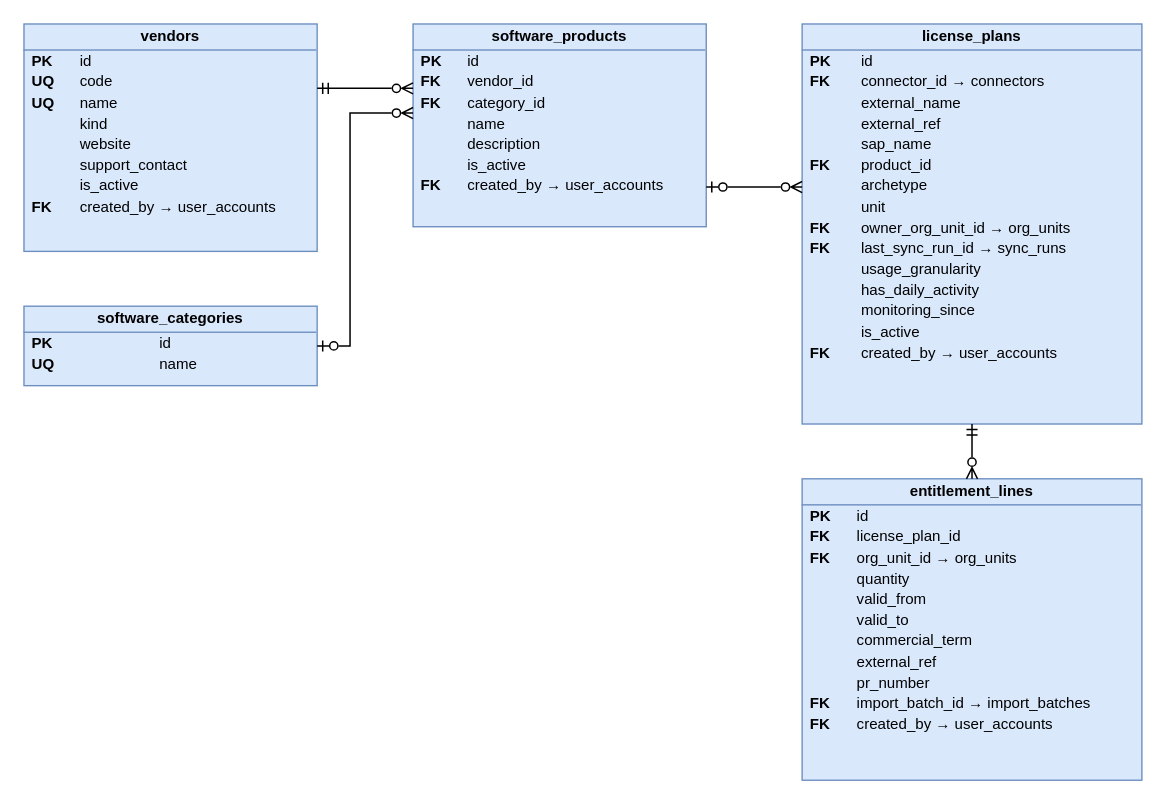
Earlier version of the draw.io diagram docs/database/diagrams/erd_license_catalog.drawio (cuonglpv/VFast). Source tidied: cells renumbered, new cells numbered last; positions are measured from the earlier drawing's top-left corner, leaving out a move shared by most shapes. Both pictures are drawn from the tidied source at 137%, with x=0, y=0 at pixel (23, 23).
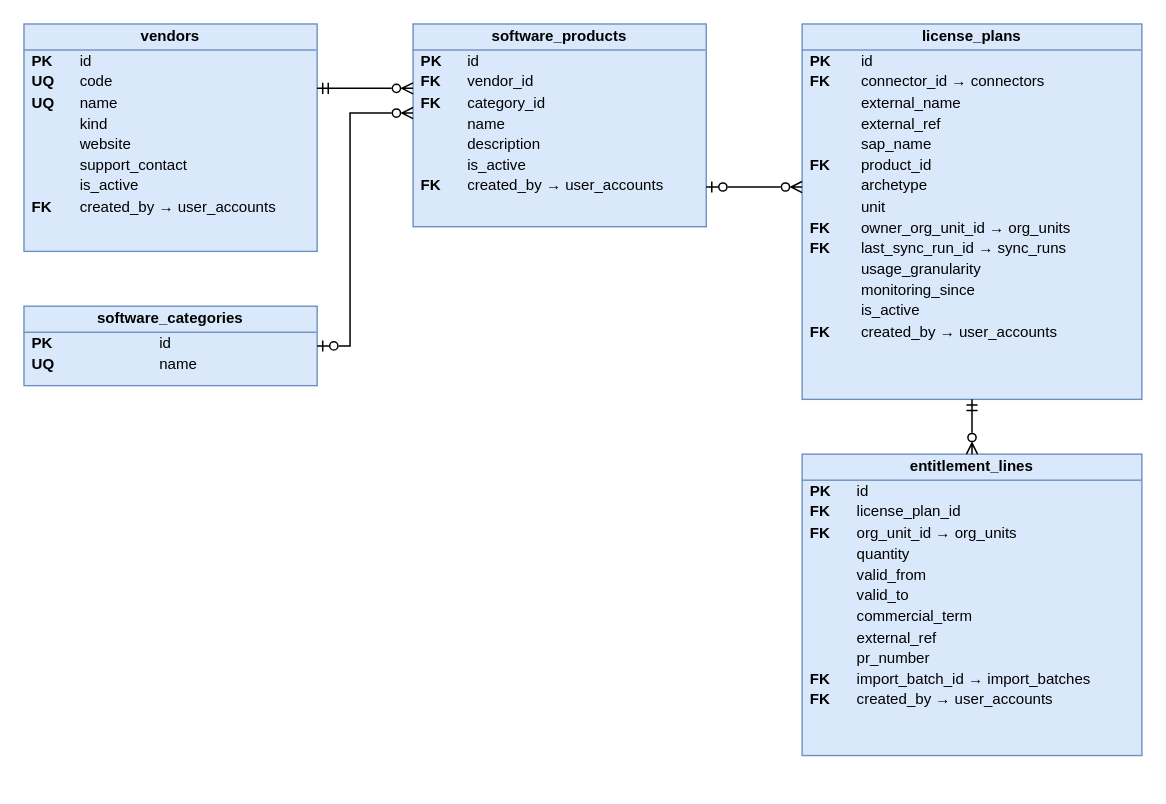
The same diagram, later.

Diff of the diagram source:
```diff
@@
 <mxGraphModel>
   <root>
     <mxCell id="0" />
     <mxCell id="1" parent="0" />
     <mxCell id="2" value="&lt;div style=&quot;font-weight:bold;text-align:center;padding:3px 0;border-bottom:1px solid #6C8EBF;&quot;&gt;vendors&lt;/div&gt;&lt;table style=&quot;width:100%;font-size:11px;border-collapse:collapse;&quot;&gt;&lt;tr&gt;&lt;td style=&quot;padding:1px 8px 1px 6px;&quot;&gt;&lt;b&gt;PK&lt;/b&gt;&lt;/td&gt;&lt;td style=&quot;padding:1px 6px;&quot;&gt;id&lt;/td&gt;&lt;/tr&gt;&lt;tr&gt;&lt;td style=&quot;padding:1px 8px 1px 6px;&quot;&gt;&lt;b&gt;UQ&lt;/b&gt;&lt;/td&gt;&lt;td style=&quot;padding:1px 6px;&quot;&gt;code&lt;/td&gt;&lt;/tr&gt;&lt;tr&gt;&lt;td style=&quot;padding:1px 8px 1px 6px;&quot;&gt;&lt;b&gt;UQ&lt;/b&gt;&lt;/td&gt;&lt;td style=&quot;padding:1px 6px;&quot;&gt;name&lt;/td&gt;&lt;/tr&gt;&lt;tr&gt;&lt;td style=&quot;padding:1px 8px 1px 6px;&quot;&gt;&lt;b&gt;&lt;/b&gt;&lt;/td&gt;&lt;td style=&quot;padding:1px 6px;&quot;&gt;kind&lt;/td&gt;&lt;/tr&gt;&lt;tr&gt;&lt;td style=&quot;padding:1px 8px 1px 6px;&quot;&gt;&lt;b&gt;&lt;/b&gt;&lt;/td&gt;&lt;td style=&quot;padding:1px 6px;&quot;&gt;website&lt;/td&gt;&lt;/tr&gt;&lt;tr&gt;&lt;td style=&quot;padding:1px 8px 1px 6px;&quot;&gt;&lt;b&gt;&lt;/b&gt;&lt;/td&gt;&lt;td style=&quot;padding:1px 6px;&quot;&gt;support_contact&lt;/td&gt;&lt;/tr&gt;&lt;tr&gt;&lt;td style=&quot;padding:1px 8px 1px 6px;&quot;&gt;&lt;b&gt;&lt;/b&gt;&lt;/td&gt;&lt;td style=&quot;padding:1px 6px;&quot;&gt;is_active&lt;/td&gt;&lt;/tr&gt;&lt;tr&gt;&lt;td style=&quot;padding:1px 8px 1px 6px;&quot;&gt;&lt;b&gt;FK&lt;/b&gt;&lt;/td&gt;&lt;td style=&quot;padding:1px 6px;&quot;&gt;created_by → user_accounts&lt;/td&gt;&lt;/tr&gt;&lt;/table&gt;" style="rounded=0;whiteSpace=wrap;html=1;verticalAlign=top;align=left;spacing=0;overflow=fill;fillColor=#DAE8FC;strokeColor=#6C8EBF;fontSize=11;" parent="1" vertex="1">
       <mxGeometry width="214" height="166" as="geometry" />
     </mxCell>
     <mxCell id="3" value="&lt;div style=&quot;font-weight:bold;text-align:center;padding:3px 0;border-bottom:1px solid #6C8EBF;&quot;&gt;software_categories&lt;/div&gt;&lt;table style=&quot;width:100%;font-size:11px;border-collapse:collapse;&quot;&gt;&lt;tr&gt;&lt;td style=&quot;padding:1px 8px 1px 6px;&quot;&gt;&lt;b&gt;PK&lt;/b&gt;&lt;/td&gt;&lt;td style=&quot;padding:1px 6px;&quot;&gt;id&lt;/td&gt;&lt;/tr&gt;&lt;tr&gt;&lt;td style=&quot;padding:1px 8px 1px 6px;&quot;&gt;&lt;b&gt;UQ&lt;/b&gt;&lt;/td&gt;&lt;td style=&quot;padding:1px 6px;&quot;&gt;name&lt;/td&gt;&lt;/tr&gt;&lt;/table&gt;" style="rounded=0;whiteSpace=wrap;html=1;verticalAlign=top;align=left;spacing=0;overflow=fill;fillColor=#DAE8FC;strokeColor=#6C8EBF;fontSize=11;" parent="1" vertex="1">
       <mxGeometry y="206" width="214" height="58" as="geometry" />
     </mxCell>
     <mxCell id="4" value="&lt;div style=&quot;font-weight:bold;text-align:center;padding:3px 0;border-bottom:1px solid #6C8EBF;&quot;&gt;software_products&lt;/div&gt;&lt;table style=&quot;width:100%;font-size:11px;border-collapse:collapse;&quot;&gt;&lt;tr&gt;&lt;td style=&quot;padding:1px 8px 1px 6px;&quot;&gt;&lt;b&gt;PK&lt;/b&gt;&lt;/td&gt;&lt;td style=&quot;padding:1px 6px;&quot;&gt;id&lt;/td&gt;&lt;/tr&gt;&lt;tr&gt;&lt;td style=&quot;padding:1px 8px 1px 6px;&quot;&gt;&lt;b&gt;FK&lt;/b&gt;&lt;/td&gt;&lt;td style=&quot;padding:1px 6px;&quot;&gt;vendor_id&lt;/td&gt;&lt;/tr&gt;&lt;tr&gt;&lt;td style=&quot;padding:1px 8px 1px 6px;&quot;&gt;&lt;b&gt;FK&lt;/b&gt;&lt;/td&gt;&lt;td style=&quot;padding:1px 6px;&quot;&gt;category_id&lt;/td&gt;&lt;/tr&gt;&lt;tr&gt;&lt;td style=&quot;padding:1px 8px 1px 6px;&quot;&gt;&lt;b&gt;&lt;/b&gt;&lt;/td&gt;&lt;td style=&quot;padding:1px 6px;&quot;&gt;name&lt;/td&gt;&lt;/tr&gt;&lt;tr&gt;&lt;td style=&quot;padding:1px 8px 1px 6px;&quot;&gt;&lt;b&gt;&lt;/b&gt;&lt;/td&gt;&lt;td style=&quot;padding:1px 6px;&quot;&gt;description&lt;/td&gt;&lt;/tr&gt;&lt;tr&gt;&lt;td style=&quot;padding:1px 8px 1px 6px;&quot;&gt;&lt;b&gt;&lt;/b&gt;&lt;/td&gt;&lt;td style=&quot;padding:1px 6px;&quot;&gt;is_active&lt;/td&gt;&lt;/tr&gt;&lt;tr&gt;&lt;td style=&quot;padding:1px 8px 1px 6px;&quot;&gt;&lt;b&gt;FK&lt;/b&gt;&lt;/td&gt;&lt;td style=&quot;padding:1px 6px;&quot;&gt;created_by → user_accounts&lt;/td&gt;&lt;/tr&gt;&lt;/table&gt;" style="rounded=0;whiteSpace=wrap;html=1;verticalAlign=top;align=left;spacing=0;overflow=fill;fillColor=#DAE8FC;strokeColor=#6C8EBF;fontSize=11;" parent="1" vertex="1">
       <mxGeometry x="284" width="214" height="148" as="geometry" />
     </mxCell>
-    <mxCell id="5" value="&lt;div style=&quot;font-weight:bold;text-align:center;padding:3px 0;border-bottom:1px solid #6C8EBF;&quot;&gt;license_plans&lt;/div&gt;&lt;table style=&quot;width:100%;font-size:11px;border-collapse:collapse;&quot;&gt;&lt;tr&gt;&lt;td style=&quot;padding:1px 8px 1px 6px;&quot;&gt;&lt;b&gt;PK&lt;/b&gt;&lt;/td&gt;&lt;td style=&quot;padding:1px 6px;&quot;&gt;id&lt;/td&gt;&lt;/tr&gt;&lt;tr&gt;&lt;td style=&quot;padding:1px 8px 1px 6px;&quot;&gt;&lt;b&gt;FK&lt;/b&gt;&lt;/td&gt;&lt;td style=&quot;padding:1px 6px;&quot;&gt;connector_id → connectors&lt;/td&gt;&lt;/tr&gt;&lt;tr&gt;&lt;td style=&quot;padding:1px 8px 1px 6px;&quot;&gt;&lt;b&gt;&lt;/b&gt;&lt;/td&gt;&lt;td style=&quot;padding:1px 6px;&quot;&gt;external_name&lt;/td&gt;&lt;/tr&gt;&lt;tr&gt;&lt;td style=&quot;padding:1px 8px 1px 6px;&quot;&gt;&lt;b&gt;&lt;/b&gt;&lt;/td&gt;&lt;td style=&quot;padding:1px 6px;&quot;&gt;external_ref&lt;/td&gt;&lt;/tr&gt;&lt;tr&gt;&lt;td style=&quot;padding:1px 8px 1px 6px;&quot;&gt;&lt;b&gt;&lt;/b&gt;&lt;/td&gt;&lt;td style=&quot;padding:1px 6px;&quot;&gt;sap_name&lt;/td&gt;&lt;/tr&gt;&lt;tr&gt;&lt;td style=&quot;padding:1px 8px 1px 6px;&quot;&gt;&lt;b&gt;FK&lt;/b&gt;&lt;/td&gt;&lt;td style=&quot;padding:1px 6px;&quot;&gt;product_id&lt;/td&gt;&lt;/tr&gt;&lt;tr&gt;&lt;td style=&quot;padding:1px 8px 1px 6px;&quot;&gt;&lt;b&gt;&lt;/b&gt;&lt;/td&gt;&lt;td style=&quot;padding:1px 6px;&quot;&gt;archetype&lt;/td&gt;&lt;/tr&gt;&lt;tr&gt;&lt;td style=&quot;padding:1px 8px 1px 6px;&quot;&gt;&lt;b&gt;&lt;/b&gt;&lt;/td&gt;&lt;td style=&quot;padding:1px 6px;&quot;&gt;unit&lt;/td&gt;&lt;/tr&gt;&lt;tr&gt;&lt;td style=&quot;padding:1px 8px 1px 6px;&quot;&gt;&lt;b&gt;FK&lt;/b&gt;&lt;/td&gt;&lt;td style=&quot;padding:1px 6px;&quot;&gt;owner_org_unit_id → org_units&lt;/td&gt;&lt;/tr&gt;&lt;tr&gt;&lt;td style=&quot;padding:1px 8px 1px 6px;&quot;&gt;&lt;b&gt;FK&lt;/b&gt;&lt;/td&gt;&lt;td style=&quot;padding:1px 6px;&quot;&gt;last_sync_run_id → sync_runs&lt;/td&gt;&lt;/tr&gt;&lt;tr&gt;&lt;td style=&quot;padding:1px 8px 1px 6px;&quot;&gt;&lt;b&gt;&lt;/b&gt;&lt;/td&gt;&lt;td style=&quot;padding:1px 6px;&quot;&gt;usage_granularity&lt;/td&gt;&lt;/tr&gt;&lt;tr&gt;&lt;td style=&quot;padding:1px 8px 1px 6px;&quot;&gt;&lt;b&gt;&lt;/b&gt;&lt;/td&gt;&lt;td style=&quot;padding:1px 6px;&quot;&gt;has_daily_activity&lt;/td&gt;&lt;/tr&gt;&lt;tr&gt;&lt;td style=&quot;padding:1px 8px 1px 6px;&quot;&gt;&lt;b&gt;&lt;/b&gt;&lt;/td&gt;&lt;td style=&quot;padding:1px 6px;&quot;&gt;monitoring_since&lt;/td&gt;&lt;/tr&gt;&lt;tr&gt;&lt;td style=&quot;padding:1px 8px 1px 6px;&quot;&gt;&lt;b&gt;&lt;/b&gt;&lt;/td&gt;&lt;td style=&quot;padding:1px 6px;&quot;&gt;is_active&lt;/td&gt;&lt;/tr&gt;&lt;tr&gt;&lt;td style=&quot;padding:1px 8px 1px 6px;&quot;&gt;&lt;b&gt;FK&lt;/b&gt;&lt;/td&gt;&lt;td style=&quot;padding:1px 6px;&quot;&gt;created_by → user_accounts&lt;/td&gt;&lt;/tr&gt;&lt;/table&gt;" style="rounded=0;whiteSpace=wrap;html=1;verticalAlign=top;align=left;spacing=0;overflow=fill;fillColor=#DAE8FC;strokeColor=#6C8EBF;fontSize=11;" parent="1" vertex="1">
-      <mxGeometry x="568" width="248" height="292" as="geometry" />
+    <mxCell id="5" value="&lt;div style=&quot;font-weight:bold;text-align:center;padding:3px 0;border-bottom:1px solid #6C8EBF;&quot;&gt;license_plans&lt;/div&gt;&lt;table style=&quot;width:100%;font-size:11px;border-collapse:collapse;&quot;&gt;&lt;tr&gt;&lt;td style=&quot;padding:1px 8px 1px 6px;&quot;&gt;&lt;b&gt;PK&lt;/b&gt;&lt;/td&gt;&lt;td style=&quot;padding:1px 6px;&quot;&gt;id&lt;/td&gt;&lt;/tr&gt;&lt;tr&gt;&lt;td style=&quot;padding:1px 8px 1px 6px;&quot;&gt;&lt;b&gt;FK&lt;/b&gt;&lt;/td&gt;&lt;td style=&quot;padding:1px 6px;&quot;&gt;connector_id → connectors&lt;/td&gt;&lt;/tr&gt;&lt;tr&gt;&lt;td style=&quot;padding:1px 8px 1px 6px;&quot;&gt;&lt;b&gt;&lt;/b&gt;&lt;/td&gt;&lt;td style=&quot;padding:1px 6px;&quot;&gt;external_name&lt;/td&gt;&lt;/tr&gt;&lt;tr&gt;&lt;td style=&quot;padding:1px 8px 1px 6px;&quot;&gt;&lt;b&gt;&lt;/b&gt;&lt;/td&gt;&lt;td style=&quot;padding:1px 6px;&quot;&gt;external_ref&lt;/td&gt;&lt;/tr&gt;&lt;tr&gt;&lt;td style=&quot;padding:1px 8px 1px 6px;&quot;&gt;&lt;b&gt;&lt;/b&gt;&lt;/td&gt;&lt;td style=&quot;padding:1px 6px;&quot;&gt;sap_name&lt;/td&gt;&lt;/tr&gt;&lt;tr&gt;&lt;td style=&quot;padding:1px 8px 1px 6px;&quot;&gt;&lt;b&gt;FK&lt;/b&gt;&lt;/td&gt;&lt;td style=&quot;padding:1px 6px;&quot;&gt;product_id&lt;/td&gt;&lt;/tr&gt;&lt;tr&gt;&lt;td style=&quot;padding:1px 8px 1px 6px;&quot;&gt;&lt;b&gt;&lt;/b&gt;&lt;/td&gt;&lt;td style=&quot;padding:1px 6px;&quot;&gt;archetype&lt;/td&gt;&lt;/tr&gt;&lt;tr&gt;&lt;td style=&quot;padding:1px 8px 1px 6px;&quot;&gt;&lt;b&gt;&lt;/b&gt;&lt;/td&gt;&lt;td style=&quot;padding:1px 6px;&quot;&gt;unit&lt;/td&gt;&lt;/tr&gt;&lt;tr&gt;&lt;td style=&quot;padding:1px 8px 1px 6px;&quot;&gt;&lt;b&gt;FK&lt;/b&gt;&lt;/td&gt;&lt;td style=&quot;padding:1px 6px;&quot;&gt;owner_org_unit_id → org_units&lt;/td&gt;&lt;/tr&gt;&lt;tr&gt;&lt;td style=&quot;padding:1px 8px 1px 6px;&quot;&gt;&lt;b&gt;FK&lt;/b&gt;&lt;/td&gt;&lt;td style=&quot;padding:1px 6px;&quot;&gt;last_sync_run_id → sync_runs&lt;/td&gt;&lt;/tr&gt;&lt;tr&gt;&lt;td style=&quot;padding:1px 8px 1px 6px;&quot;&gt;&lt;b&gt;&lt;/b&gt;&lt;/td&gt;&lt;td style=&quot;padding:1px 6px;&quot;&gt;usage_granularity&lt;/td&gt;&lt;/tr&gt;&lt;tr&gt;&lt;td style=&quot;padding:1px 8px 1px 6px;&quot;&gt;&lt;b&gt;&lt;/b&gt;&lt;/td&gt;&lt;td style=&quot;padding:1px 6px;&quot;&gt;monitoring_since&lt;/td&gt;&lt;/tr&gt;&lt;tr&gt;&lt;td style=&quot;padding:1px 8px 1px 6px;&quot;&gt;&lt;b&gt;&lt;/b&gt;&lt;/td&gt;&lt;td style=&quot;padding:1px 6px;&quot;&gt;is_active&lt;/td&gt;&lt;/tr&gt;&lt;tr&gt;&lt;td style=&quot;padding:1px 8px 1px 6px;&quot;&gt;&lt;b&gt;FK&lt;/b&gt;&lt;/td&gt;&lt;td style=&quot;padding:1px 6px;&quot;&gt;created_by → user_accounts&lt;/td&gt;&lt;/tr&gt;&lt;/table&gt;" style="rounded=0;whiteSpace=wrap;html=1;verticalAlign=top;align=left;spacing=0;overflow=fill;fillColor=#DAE8FC;strokeColor=#6C8EBF;fontSize=11;" parent="1" vertex="1">
+      <mxGeometry x="568" width="248" height="274" as="geometry" />
     </mxCell>
     <mxCell id="6" value="&lt;div style=&quot;font-weight:bold;text-align:center;padding:3px 0;border-bottom:1px solid #6C8EBF;&quot;&gt;entitlement_lines&lt;/div&gt;&lt;table style=&quot;width:100%;font-size:11px;border-collapse:collapse;&quot;&gt;&lt;tr&gt;&lt;td style=&quot;padding:1px 8px 1px 6px;&quot;&gt;&lt;b&gt;PK&lt;/b&gt;&lt;/td&gt;&lt;td style=&quot;padding:1px 6px;&quot;&gt;id&lt;/td&gt;&lt;/tr&gt;&lt;tr&gt;&lt;td style=&quot;padding:1px 8px 1px 6px;&quot;&gt;&lt;b&gt;FK&lt;/b&gt;&lt;/td&gt;&lt;td style=&quot;padding:1px 6px;&quot;&gt;license_plan_id&lt;/td&gt;&lt;/tr&gt;&lt;tr&gt;&lt;td style=&quot;padding:1px 8px 1px 6px;&quot;&gt;&lt;b&gt;FK&lt;/b&gt;&lt;/td&gt;&lt;td style=&quot;padding:1px 6px;&quot;&gt;org_unit_id → org_units&lt;/td&gt;&lt;/tr&gt;&lt;tr&gt;&lt;td style=&quot;padding:1px 8px 1px 6px;&quot;&gt;&lt;b&gt;&lt;/b&gt;&lt;/td&gt;&lt;td style=&quot;padding:1px 6px;&quot;&gt;quantity&lt;/td&gt;&lt;/tr&gt;&lt;tr&gt;&lt;td style=&quot;padding:1px 8px 1px 6px;&quot;&gt;&lt;b&gt;&lt;/b&gt;&lt;/td&gt;&lt;td style=&quot;padding:1px 6px;&quot;&gt;valid_from&lt;/td&gt;&lt;/tr&gt;&lt;tr&gt;&lt;td style=&quot;padding:1px 8px 1px 6px;&quot;&gt;&lt;b&gt;&lt;/b&gt;&lt;/td&gt;&lt;td style=&quot;padding:1px 6px;&quot;&gt;valid_to&lt;/td&gt;&lt;/tr&gt;&lt;tr&gt;&lt;td style=&quot;padding:1px 8px 1px 6px;&quot;&gt;&lt;b&gt;&lt;/b&gt;&lt;/td&gt;&lt;td style=&quot;padding:1px 6px;&quot;&gt;commercial_term&lt;/td&gt;&lt;/tr&gt;&lt;tr&gt;&lt;td style=&quot;padding:1px 8px 1px 6px;&quot;&gt;&lt;b&gt;&lt;/b&gt;&lt;/td&gt;&lt;td style=&quot;padding:1px 6px;&quot;&gt;external_ref&lt;/td&gt;&lt;/tr&gt;&lt;tr&gt;&lt;td style=&quot;padding:1px 8px 1px 6px;&quot;&gt;&lt;b&gt;&lt;/b&gt;&lt;/td&gt;&lt;td style=&quot;padding:1px 6px;&quot;&gt;pr_number&lt;/td&gt;&lt;/tr&gt;&lt;tr&gt;&lt;td style=&quot;padding:1px 8px 1px 6px;&quot;&gt;&lt;b&gt;FK&lt;/b&gt;&lt;/td&gt;&lt;td style=&quot;padding:1px 6px;&quot;&gt;import_batch_id → import_batches&lt;/td&gt;&lt;/tr&gt;&lt;tr&gt;&lt;td style=&quot;padding:1px 8px 1px 6px;&quot;&gt;&lt;b&gt;FK&lt;/b&gt;&lt;/td&gt;&lt;td style=&quot;padding:1px 6px;&quot;&gt;created_by → user_accounts&lt;/td&gt;&lt;/tr&gt;&lt;/table&gt;" style="rounded=0;whiteSpace=wrap;html=1;verticalAlign=top;align=left;spacing=0;overflow=fill;fillColor=#DAE8FC;strokeColor=#6C8EBF;fontSize=11;" parent="1" vertex="1">
-      <mxGeometry x="568" y="332" width="248" height="220" as="geometry" />
+      <mxGeometry x="568" y="314" width="248" height="220" as="geometry" />
     </mxCell>
     <mxCell id="7" style="html=1;rounded=0;endArrow=ERzeroToMany;endFill=0;startArrow=ERmandOne;startFill=0;strokeColor=#000000;strokeWidth=1.1;" parent="1" edge="1">
       <mxGeometry relative="1" as="geometry">
         <mxPoint x="214" y="47" as="sourcePoint" />
         <mxPoint x="284" y="47" as="targetPoint" />
       </mxGeometry>
     </mxCell>
     <mxCell id="8" style="html=1;rounded=0;endArrow=ERzeroToMany;endFill=0;startArrow=ERzeroToOne;startFill=0;strokeColor=#000000;strokeWidth=1.1;" parent="1" edge="1">
       <mxGeometry relative="1" as="geometry">
         <mxPoint x="214" y="235" as="sourcePoint" />
         <mxPoint x="284" y="65" as="targetPoint" />
         <Array as="points">
           <mxPoint x="238" y="235" />
           <mxPoint x="238" y="65" />
         </Array>
       </mxGeometry>
     </mxCell>
     <mxCell id="9" style="html=1;rounded=0;endArrow=ERzeroToMany;endFill=0;startArrow=ERzeroToOne;startFill=0;strokeColor=#000000;strokeWidth=1.1;" parent="1" edge="1">
       <mxGeometry relative="1" as="geometry">
         <mxPoint x="498" y="119" as="sourcePoint" />
         <mxPoint x="568" y="119" as="targetPoint" />
       </mxGeometry>
     </mxCell>
     <mxCell id="10" style="html=1;rounded=0;endArrow=ERzeroToMany;endFill=0;startArrow=ERmandOne;startFill=0;strokeColor=#000000;strokeWidth=1.1;" parent="1" edge="1">
       <mxGeometry relative="1" as="geometry">
-        <mxPoint x="692" y="292" as="sourcePoint" />
-        <mxPoint x="692" y="332" as="targetPoint" />
+        <mxPoint x="692" y="274" as="sourcePoint" />
+        <mxPoint x="692" y="314" as="targetPoint" />
       </mxGeometry>
     </mxCell>
   </root>
 </mxGraphModel>
```
